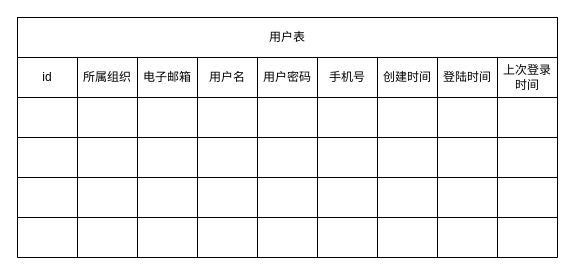
Earlier version of the draw.io diagram app/sql/drawio/d.drawio (D20F/egg). Source tidied: cells renumbered, new cells numbered last; positions are measured from the earlier drawing's top-left corner, leaving out a move shared by most shapes. Both pictures are drawn from the tidied source at 100%, with x=0, y=0 at pixel (17, 17).
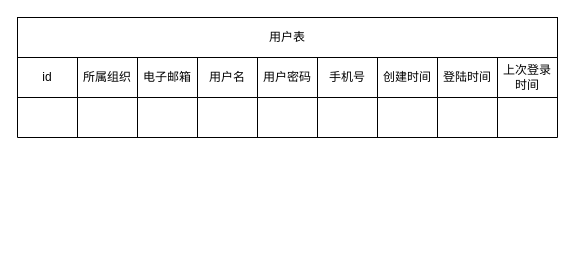
After the change.

Unchanged cells that the change refers to:
```xml
<mxCell id="13" style="shape=partialRectangle;html=1;whiteSpace=wrap;fillColor=none;top=0;left=0;bottom=0;right=0;" parent="2" vertex="1">
  <mxGeometry y="40" width="540" height="40" as="geometry" />
</mxCell>
```

Change to the diagram source:
```diff
@@
+    <mxCell id="53" value="用户表" style="rounded=0;whiteSpace=wrap;html=1;" parent="1" vertex="1">
+      <mxGeometry width="540" height="40" as="geometry" />
+    </mxCell>
     <mxCell id="2" style="shape=table;html=1;whiteSpace=wrap;startSize=0;childLayout=tableLayout;" parent="1" vertex="1">
-      <mxGeometry y="40" width="540" height="200" as="geometry" />
+      <mxGeometry y="40" width="540" height="80" as="geometry" />
     </mxCell>
@@
-    <mxCell id="14" style="shape=partialRectangle;html=1;whiteSpace=wrap;overflow=hidden;fillColor=none;top=0;left=0;bottom=0;right=0;" parent="13" vertex="1">
-      <mxGeometry width="60" height="40" as="geometry" />
-    </mxCell>
-    <mxCell id="15" style="shape=partialRectangle;html=1;whiteSpace=wrap;overflow=hidden;fillColor=none;top=0;left=0;bottom=0;right=0;" parent="13" vertex="1">
-      <mxGeometry x="60" width="60" height="40" as="geometry" />
-    </mxCell>
-    <mxCell id="16" style="shape=partialRectangle;html=1;whiteSpace=wrap;overflow=hidden;fillColor=none;top=0;left=0;bottom=0;right=0;" parent="13" vertex="1">
-      <mxGeometry x="120" width="60" height="40" as="geometry" />
-    </mxCell>
-    <mxCell id="17" style="shape=partialRectangle;html=1;whiteSpace=wrap;overflow=hidden;fillColor=none;top=0;left=0;bottom=0;right=0;" parent="13" vertex="1">
-      <mxGeometry x="180" width="60" height="40" as="geometry" />
-    </mxCell>
-    <mxCell id="18" style="shape=partialRectangle;html=1;whiteSpace=wrap;overflow=hidden;fillColor=none;top=0;left=0;bottom=0;right=0;" parent="13" vertex="1">
-      <mxGeometry x="240" width="60" height="40" as="geometry" />
-    </mxCell>
-    <mxCell id="19" style="shape=partialRectangle;html=1;whiteSpace=wrap;overflow=hidden;fillColor=none;top=0;left=0;bottom=0;right=0;" parent="13" vertex="1">
-      <mxGeometry x="300" width="60" height="40" as="geometry" />
-    </mxCell>
-    <mxCell id="20" style="shape=partialRectangle;html=1;whiteSpace=wrap;overflow=hidden;fillColor=none;top=0;left=0;bottom=0;right=0;" parent="13" vertex="1">
-      <mxGeometry x="360" width="60" height="40" as="geometry" />
-    </mxCell>
-    <mxCell id="21" style="shape=partialRectangle;html=1;whiteSpace=wrap;overflow=hidden;fillColor=none;top=0;left=0;bottom=0;right=0;" parent="13" vertex="1">
-      <mxGeometry x="420" width="60" height="40" as="geometry" />
-    </mxCell>
-    <mxCell id="22" style="shape=partialRectangle;html=1;whiteSpace=wrap;overflow=hidden;fillColor=none;top=0;left=0;bottom=0;right=0;" parent="13" vertex="1">
-      <mxGeometry x="480" width="60" height="40" as="geometry" />
-    </mxCell>
-    <mxCell id="23" style="shape=partialRectangle;html=1;whiteSpace=wrap;fillColor=none;top=0;left=0;bottom=0;right=0;" parent="2" vertex="1">
-      <mxGeometry y="80" width="540" height="40" as="geometry" />
-    </mxCell>
-    <mxCell id="24" style="shape=partialRectangle;html=1;whiteSpace=wrap;overflow=hidden;fillColor=none;top=0;left=0;bottom=0;right=0;" parent="23" vertex="1">
-      <mxGeometry width="60" height="40" as="geometry" />
-    </mxCell>
-    <mxCell id="25" style="shape=partialRectangle;html=1;whiteSpace=wrap;overflow=hidden;fillColor=none;top=0;left=0;bottom=0;right=0;" parent="23" vertex="1">
-      <mxGeometry x="60" width="60" height="40" as="geometry" />
-    </mxCell>
-    <mxCell id="26" style="shape=partialRectangle;html=1;whiteSpace=wrap;overflow=hidden;fillColor=none;top=0;left=0;bottom=0;right=0;" parent="23" vertex="1">
-      <mxGeometry x="120" width="60" height="40" as="geometry" />
-    </mxCell>
-    <mxCell id="27" style="shape=partialRectangle;html=1;whiteSpace=wrap;overflow=hidden;fillColor=none;top=0;left=0;bottom=0;right=0;" parent="23" vertex="1">
-      <mxGeometry x="180" width="60" height="40" as="geometry" />
-    </mxCell>
-    <mxCell id="28" style="shape=partialRectangle;html=1;whiteSpace=wrap;overflow=hidden;fillColor=none;top=0;left=0;bottom=0;right=0;" parent="23" vertex="1">
-      <mxGeometry x="240" width="60" height="40" as="geometry" />
-    </mxCell>
-    <mxCell id="29" style="shape=partialRectangle;html=1;whiteSpace=wrap;overflow=hidden;fillColor=none;top=0;left=0;bottom=0;right=0;" parent="23" vertex="1">
-      <mxGeometry x="300" width="60" height="40" as="geometry" />
-    </mxCell>
-    <mxCell id="30" style="shape=partialRectangle;html=1;whiteSpace=wrap;overflow=hidden;fillColor=none;top=0;left=0;bottom=0;right=0;" parent="23" vertex="1">
-      <mxGeometry x="360" width="60" height="40" as="geometry" />
-    </mxCell>
-    <mxCell id="31" style="shape=partialRectangle;html=1;whiteSpace=wrap;overflow=hidden;fillColor=none;top=0;left=0;bottom=0;right=0;" parent="23" vertex="1">
-      <mxGeometry x="420" width="60" height="40" as="geometry" />
-    </mxCell>
-    <mxCell id="32" style="shape=partialRectangle;html=1;whiteSpace=wrap;overflow=hidden;fillColor=none;top=0;left=0;bottom=0;right=0;" parent="23" vertex="1">
-      <mxGeometry x="480" width="60" height="40" as="geometry" />
-    </mxCell>
-    <mxCell id="33" style="shape=partialRectangle;html=1;whiteSpace=wrap;fillColor=none;top=0;left=0;bottom=0;right=0;" parent="2" vertex="1">
-      <mxGeometry y="120" width="540" height="40" as="geometry" />
-    </mxCell>
-    <mxCell id="34" style="shape=partialRectangle;html=1;whiteSpace=wrap;overflow=hidden;fillColor=none;top=0;left=0;bottom=0;right=0;" parent="33" vertex="1">
-      <mxGeometry width="60" height="40" as="geometry" />
-    </mxCell>
-    <mxCell id="35" style="shape=partialRectangle;html=1;whiteSpace=wrap;overflow=hidden;fillColor=none;top=0;left=0;bottom=0;right=0;" parent="33" vertex="1">
-      <mxGeometry x="60" width="60" height="40" as="geometry" />
-    </mxCell>
-    <mxCell id="36" style="shape=partialRectangle;html=1;whiteSpace=wrap;overflow=hidden;fillColor=none;top=0;left=0;bottom=0;right=0;" parent="33" vertex="1">
-      <mxGeometry x="120" width="60" height="40" as="geometry" />
-    </mxCell>
-    <mxCell id="37" style="shape=partialRectangle;html=1;whiteSpace=wrap;overflow=hidden;fillColor=none;top=0;left=0;bottom=0;right=0;" parent="33" vertex="1">
-      <mxGeometry x="180" width="60" height="40" as="geometry" />
-    </mxCell>
-    <mxCell id="38" style="shape=partialRectangle;html=1;whiteSpace=wrap;overflow=hidden;fillColor=none;top=0;left=0;bottom=0;right=0;" parent="33" vertex="1">
-      <mxGeometry x="240" width="60" height="40" as="geometry" />
-    </mxCell>
-    <mxCell id="39" style="shape=partialRectangle;html=1;whiteSpace=wrap;overflow=hidden;fillColor=none;top=0;left=0;bottom=0;right=0;" parent="33" vertex="1">
-      <mxGeometry x="300" width="60" height="40" as="geometry" />
-    </mxCell>
-    <mxCell id="40" style="shape=partialRectangle;html=1;whiteSpace=wrap;overflow=hidden;fillColor=none;top=0;left=0;bottom=0;right=0;" parent="33" vertex="1">
-      <mxGeometry x="360" width="60" height="40" as="geometry" />
-    </mxCell>
-    <mxCell id="41" style="shape=partialRectangle;html=1;whiteSpace=wrap;overflow=hidden;fillColor=none;top=0;left=0;bottom=0;right=0;" parent="33" vertex="1">
-      <mxGeometry x="420" width="60" height="40" as="geometry" />
-    </mxCell>
-    <mxCell id="42" style="shape=partialRectangle;html=1;whiteSpace=wrap;overflow=hidden;fillColor=none;top=0;left=0;bottom=0;right=0;" parent="33" vertex="1">
-      <mxGeometry x="480" width="60" height="40" as="geometry" />
-    </mxCell>
-    <mxCell id="43" style="shape=partialRectangle;html=1;whiteSpace=wrap;fillColor=none;top=0;left=0;bottom=0;right=0;" parent="2" vertex="1">
-      <mxGeometry y="160" width="540" height="40" as="geometry" />
-    </mxCell>
-    <mxCell id="44" style="shape=partialRectangle;html=1;whiteSpace=wrap;overflow=hidden;fillColor=none;top=0;left=0;bottom=0;right=0;" parent="43" vertex="1">
-      <mxGeometry width="60" height="40" as="geometry" />
-    </mxCell>
-    <mxCell id="45" style="shape=partialRectangle;html=1;whiteSpace=wrap;overflow=hidden;fillColor=none;top=0;left=0;bottom=0;right=0;" parent="43" vertex="1">
-      <mxGeometry x="60" width="60" height="40" as="geometry" />
-    </mxCell>
-    <mxCell id="46" style="shape=partialRectangle;html=1;whiteSpace=wrap;overflow=hidden;fillColor=none;top=0;left=0;bottom=0;right=0;" parent="43" vertex="1">
-      <mxGeometry x="120" width="60" height="40" as="geometry" />
-    </mxCell>
-    <mxCell id="47" style="shape=partialRectangle;html=1;whiteSpace=wrap;overflow=hidden;fillColor=none;top=0;left=0;bottom=0;right=0;" parent="43" vertex="1">
-      <mxGeometry x="180" width="60" height="40" as="geometry" />
-    </mxCell>
-    <mxCell id="48" style="shape=partialRectangle;html=1;whiteSpace=wrap;overflow=hidden;fillColor=none;top=0;left=0;bottom=0;right=0;" parent="43" vertex="1">
-      <mxGeometry x="240" width="60" height="40" as="geometry" />
-    </mxCell>
-    <mxCell id="49" style="shape=partialRectangle;html=1;whiteSpace=wrap;overflow=hidden;fillColor=none;top=0;left=0;bottom=0;right=0;" parent="43" vertex="1">
-      <mxGeometry x="300" width="60" height="40" as="geometry" />
-    </mxCell>
-    <mxCell id="50" style="shape=partialRectangle;html=1;whiteSpace=wrap;overflow=hidden;fillColor=none;top=0;left=0;bottom=0;right=0;" parent="43" vertex="1">
-      <mxGeometry x="360" width="60" height="40" as="geometry" />
-    </mxCell>
-    <mxCell id="51" style="shape=partialRectangle;html=1;whiteSpace=wrap;overflow=hidden;fillColor=none;top=0;left=0;bottom=0;right=0;" parent="43" vertex="1">
-      <mxGeometry x="420" width="60" height="40" as="geometry" />
-    </mxCell>
-    <mxCell id="52" style="shape=partialRectangle;html=1;whiteSpace=wrap;overflow=hidden;fillColor=none;top=0;left=0;bottom=0;right=0;" parent="43" vertex="1">
-      <mxGeometry x="480" width="60" height="40" as="geometry" />
-    </mxCell>
-    <mxCell id="53" value="用户表" style="rounded=0;whiteSpace=wrap;html=1;" parent="1" vertex="1">
-      <mxGeometry width="540" height="40" as="geometry" />
-    </mxCell>
+    <mxCell id="54" style="shape=partialRectangle;html=1;whiteSpace=wrap;overflow=hidden;fillColor=none;top=0;left=0;bottom=0;right=0;" parent="13" vertex="1">
+      <mxGeometry width="60" height="40" as="geometry" />
+    </mxCell>
+    <mxCell id="55" style="shape=partialRectangle;html=1;whiteSpace=wrap;overflow=hidden;fillColor=none;top=0;left=0;bottom=0;right=0;" parent="13" vertex="1">
+      <mxGeometry x="60" width="60" height="40" as="geometry" />
+    </mxCell>
+    <mxCell id="56" style="shape=partialRectangle;html=1;whiteSpace=wrap;overflow=hidden;fillColor=none;top=0;left=0;bottom=0;right=0;" parent="13" vertex="1">
+      <mxGeometry x="120" width="60" height="40" as="geometry" />
+    </mxCell>
+    <mxCell id="57" style="shape=partialRectangle;html=1;whiteSpace=wrap;overflow=hidden;fillColor=none;top=0;left=0;bottom=0;right=0;" parent="13" vertex="1">
+      <mxGeometry x="180" width="60" height="40" as="geometry" />
+    </mxCell>
+    <mxCell id="58" style="shape=partialRectangle;html=1;whiteSpace=wrap;overflow=hidden;fillColor=none;top=0;left=0;bottom=0;right=0;" parent="13" vertex="1">
+      <mxGeometry x="240" width="60" height="40" as="geometry" />
+    </mxCell>
+    <mxCell id="59" style="shape=partialRectangle;html=1;whiteSpace=wrap;overflow=hidden;fillColor=none;top=0;left=0;bottom=0;right=0;" parent="13" vertex="1">
+      <mxGeometry x="300" width="60" height="40" as="geometry" />
+    </mxCell>
+    <mxCell id="60" style="shape=partialRectangle;html=1;whiteSpace=wrap;overflow=hidden;fillColor=none;top=0;left=0;bottom=0;right=0;" parent="13" vertex="1">
+      <mxGeometry x="360" width="60" height="40" as="geometry" />
+    </mxCell>
+    <mxCell id="61" style="shape=partialRectangle;html=1;whiteSpace=wrap;overflow=hidden;fillColor=none;top=0;left=0;bottom=0;right=0;" parent="13" vertex="1">
+      <mxGeometry x="420" width="60" height="40" as="geometry" />
+    </mxCell>
+    <mxCell id="62" style="shape=partialRectangle;html=1;whiteSpace=wrap;overflow=hidden;fillColor=none;top=0;left=0;bottom=0;right=0;" parent="13" vertex="1">
+      <mxGeometry x="480" width="60" height="40" as="geometry" />
+    </mxCell>
```
